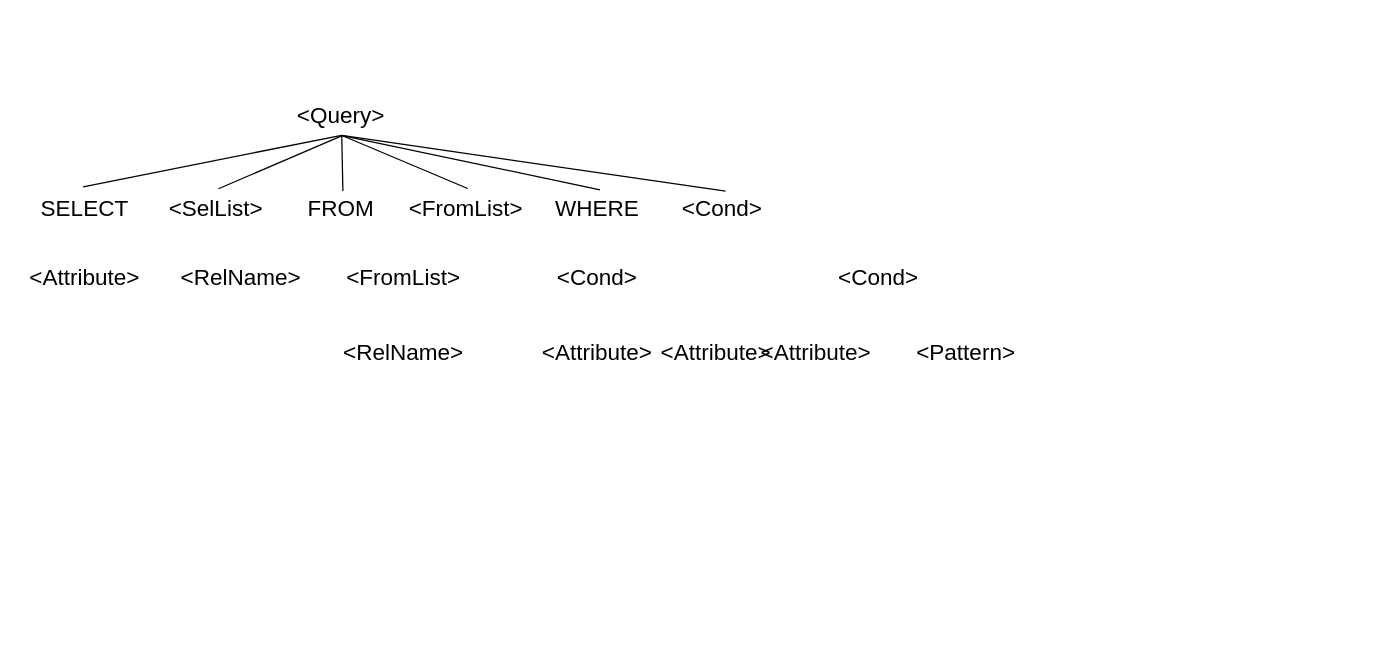
Above: page "query_tree" (2 of 5) of report/images/db.drawio in DeadlyHunter38/bmstu_sem_6_db_course (draw.io), before the change. Source tidied: cells renumbered, new cells numbered last; positions are measured from the earlier drawing's top-left corner, leaving out a move shared by most shapes. Both pictures are drawn from the tidied source at 125%, with x=0, y=0 at pixel (21, 96).
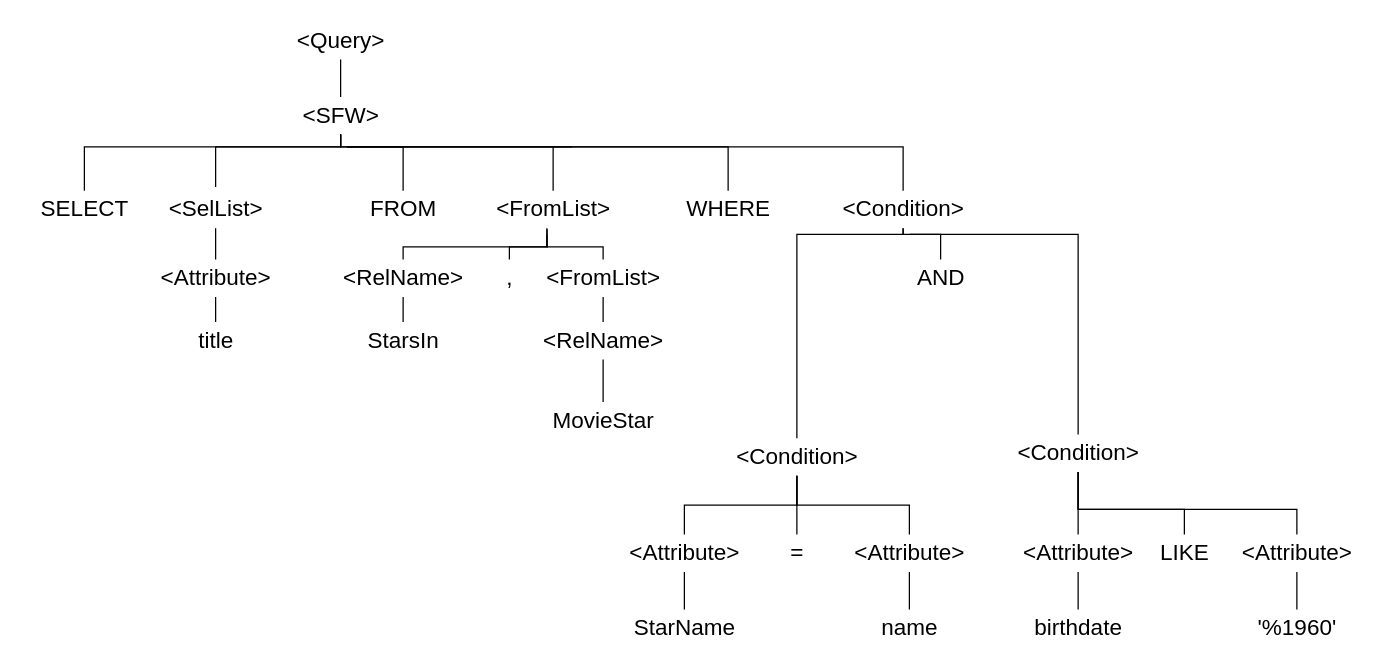
The same diagram, later.

Unchanged cells that the change refers to:
```xml
<mxCell id="6" value="SELECT" style="text;html=1;align=center;verticalAlign=middle;points=[];strokeColor=none;fillColor=none;fontSize=18;" parent="1" vertex="1">
  <mxGeometry x="5" y="75" width="90" height="30" as="geometry" />
</mxCell>
```

The edit, as a diff of the source:
```diff
@@
+    <mxCell id="25" style="edgeStyle=orthogonalEdgeStyle;rounded=0;jettySize=auto;html=1;fontColor=#000000;endArrow=none;endFill=0;" parent="1" edge="1" source="2" target="41">
+      <mxGeometry relative="1" as="geometry" />
+    </mxCell>
+    <mxCell id="26" style="edgeStyle=orthogonalEdgeStyle;rounded=0;jettySize=auto;html=1;fontColor=#000000;endArrow=none;endFill=0;" parent="1" edge="1" source="2" target="7">
+      <mxGeometry relative="1" as="geometry">
+        <Array as="points">
+          <mxPoint x="255" y="40" />
+          <mxPoint x="305" y="40" />
+        </Array>
+      </mxGeometry>
+    </mxCell>
+    <mxCell id="27" style="edgeStyle=orthogonalEdgeStyle;rounded=0;jettySize=auto;html=1;entryX=0.5;entryY=-0.1;entryDx=0;entryDy=0;entryPerimeter=0;fontColor=#000000;endArrow=none;endFill=0;" parent="1" edge="1" source="2" target="3">
+      <mxGeometry relative="1" as="geometry">
+        <Array as="points">
+          <mxPoint x="255" y="40" />
+          <mxPoint x="155" y="40" />
+        </Array>
+      </mxGeometry>
+    </mxCell>
+    <mxCell id="28" style="edgeStyle=orthogonalEdgeStyle;rounded=0;jettySize=auto;html=1;fontColor=#000000;endArrow=none;endFill=0;" parent="1" edge="1" source="2" target="6">
+      <mxGeometry relative="1" as="geometry">
+        <Array as="points">
+          <mxPoint x="255" y="40" />
+          <mxPoint x="50" y="40" />
+        </Array>
+      </mxGeometry>
+    </mxCell>
+    <mxCell id="29" style="edgeStyle=orthogonalEdgeStyle;rounded=0;jettySize=auto;html=1;fontColor=#000000;endArrow=none;endFill=0;" parent="1" edge="1" target="8">
+      <mxGeometry relative="1" as="geometry">
+        <mxPoint x="260" y="40" as="sourcePoint" />
+        <Array as="points">
+          <mxPoint x="440" y="40" />
+          <mxPoint x="570" y="40" />
+        </Array>
+      </mxGeometry>
+    </mxCell>
+    <mxCell id="30" style="edgeStyle=orthogonalEdgeStyle;rounded=0;jettySize=auto;html=1;fontColor=#000000;endArrow=none;endFill=0;" parent="1" edge="1" target="4">
+      <mxGeometry relative="1" as="geometry">
+        <mxPoint x="260" y="40" as="sourcePoint" />
+        <Array as="points">
+          <mxPoint x="440" y="40" />
+          <mxPoint x="420" y="40" />
+        </Array>
+      </mxGeometry>
+    </mxCell>
-    <mxCell id="2" value="&amp;lt;Query&amp;gt;" style="text;html=1;align=center;verticalAlign=middle;points=[];strokeColor=none;fillColor=none;fontSize=18;" parent="1" vertex="1">
-      <mxGeometry x="210" width="90" height="30" as="geometry" />
+    <mxCell id="2" value="&amp;lt;SFW&amp;gt;" style="text;html=1;align=center;verticalAlign=middle;points=[];strokeColor=none;fillColor=none;fontSize=18;" parent="1" vertex="1">
+      <mxGeometry x="215" width="80" height="30" as="geometry" />
     </mxCell>
+    <mxCell id="31" style="edgeStyle=orthogonalEdgeStyle;rounded=0;jettySize=auto;html=1;fontColor=#000000;endArrow=none;endFill=0;" parent="1" edge="1" source="3" target="15">
+      <mxGeometry relative="1" as="geometry" />
+    </mxCell>
-    <mxCell id="3" value="&amp;lt;SelList&amp;gt;" style="text;html=1;align=center;verticalAlign=middle;points=[];strokeColor=none;fillColor=none;fontSize=18;" parent="1" vertex="1">
+    <mxCell id="3" value="&amp;lt;SelList&amp;gt;" style="text;html=1;align=center;verticalAlign=middle;points=[];strokeColor=none;fillColor=none;fontSize=18;fontColor=#000000;" parent="1" vertex="1">
       <mxGeometry x="110" y="75" width="90" height="30" as="geometry" />
     </mxCell>
-    <mxCell id="4" value="&amp;lt;FromList&amp;gt;" style="text;html=1;align=center;verticalAlign=middle;points=[];strokeColor=none;fillColor=none;fontSize=18;" parent="1" vertex="1">
-      <mxGeometry x="300" y="75" width="110" height="30" as="geometry" />
+    <mxCell id="4" value="&amp;lt;FromList&amp;gt;" style="text;html=1;align=center;verticalAlign=middle;points=[];strokeColor=none;fillColor=none;fontSize=18;fontColor=#000000;labelBackgroundColor=default;" parent="1" vertex="1">
+      <mxGeometry x="370" y="75" width="110" height="30" as="geometry" />
     </mxCell>
-    <mxCell id="5" value="&amp;lt;Cond&amp;gt;" style="text;html=1;align=center;verticalAlign=middle;points=[];strokeColor=none;fillColor=none;fontSize=18;" parent="1" vertex="1">
-      <mxGeometry x="520" y="75" width="80" height="30" as="geometry" />
-    </mxCell>
@@
+    <mxCell id="32" style="edgeStyle=orthogonalEdgeStyle;rounded=0;jettySize=auto;html=1;fontColor=#000000;endArrow=none;endFill=0;" parent="1" edge="1" target="20">
+      <mxGeometry relative="1" as="geometry">
+        <mxPoint x="420" y="110" as="sourcePoint" />
+        <Array as="points">
+          <mxPoint x="420" y="120" />
+          <mxPoint x="305" y="120" />
+        </Array>
+      </mxGeometry>
+    </mxCell>
+    <mxCell id="33" style="edgeStyle=orthogonalEdgeStyle;rounded=0;jettySize=auto;html=1;fontColor=#000000;endArrow=none;endFill=0;exitX=0.456;exitY=1.027;exitDx=0;exitDy=0;exitPerimeter=0;" parent="1" edge="1" source="4" target="43">
+      <mxGeometry relative="1" as="geometry">
+        <Array as="points">
+          <mxPoint x="420" y="120" />
+          <mxPoint x="390" y="120" />
+        </Array>
+      </mxGeometry>
+    </mxCell>
+    <mxCell id="34" style="edgeStyle=orthogonalEdgeStyle;rounded=0;jettySize=auto;html=1;fontColor=#000000;endArrow=none;endFill=0;" parent="1" edge="1" source="4" target="17">
+      <mxGeometry relative="1" as="geometry">
+        <Array as="points">
+          <mxPoint x="420" y="120" />
+          <mxPoint x="465" y="120" />
+        </Array>
+      </mxGeometry>
+    </mxCell>
     <mxCell id="7" value="FROM" style="text;html=1;align=center;verticalAlign=middle;points=[];strokeColor=none;fillColor=none;fontSize=18;" parent="1" vertex="1">
-      <mxGeometry x="220" y="75" width="70" height="30" as="geometry" />
+      <mxGeometry x="270" y="75" width="70" height="30" as="geometry" />
     </mxCell>
     <mxCell id="8" value="WHERE" style="text;html=1;align=center;verticalAlign=middle;points=[];strokeColor=none;fillColor=none;fontSize=18;" parent="1" vertex="1">
-      <mxGeometry x="420" y="75" width="80" height="30" as="geometry" />
+      <mxGeometry x="525" y="75" width="80" height="30" as="geometry" />
     </mxCell>
-    <mxCell id="9" style="endArrow=none;html=1;rounded=0;fontSize=18;entryX=0.508;entryY=1.024;entryDx=0;entryDy=0;entryPerimeter=0;exitX=0.489;exitY=-0.1;exitDx=0;exitDy=0;exitPerimeter=0;" parent="1" edge="1" source="6" target="2">
-      <mxGeometry relative="1" as="geometry" />
-    </mxCell>
-    <mxCell id="10" style="endArrow=none;html=1;rounded=0;fontSize=18;entryX=0.514;entryY=1.033;entryDx=0;entryDy=0;entryPerimeter=0;exitX=0.525;exitY=-0.051;exitDx=0;exitDy=0;exitPerimeter=0;" parent="1" edge="1" source="3" target="2">
-      <mxGeometry relative="1" as="geometry" />
-    </mxCell>
-    <mxCell id="11" style="endArrow=none;html=1;rounded=0;fontSize=18;entryX=0.51;entryY=1.019;entryDx=0;entryDy=0;entryPerimeter=0;exitX=0.526;exitY=0.013;exitDx=0;exitDy=0;exitPerimeter=0;" parent="1" edge="1" source="7" target="2">
-      <mxGeometry relative="1" as="geometry" />
-    </mxCell>
-    <mxCell id="12" style="endArrow=none;html=1;rounded=0;fontSize=18;entryX=0.507;entryY=1.023;entryDx=0;entryDy=0;entryPerimeter=0;exitX=0.515;exitY=-0.056;exitDx=0;exitDy=0;exitPerimeter=0;" parent="1" edge="1" source="4" target="2">
-      <mxGeometry relative="1" as="geometry" />
-    </mxCell>
-    <mxCell id="13" style="endArrow=none;html=1;rounded=0;fontSize=18;exitX=0.532;exitY=-0.019;exitDx=0;exitDy=0;exitPerimeter=0;entryX=0.505;entryY=1.024;entryDx=0;entryDy=0;entryPerimeter=0;" parent="1" edge="1" source="8" target="2">
-      <mxGeometry relative="1" as="geometry" />
-    </mxCell>
-    <mxCell id="14" style="endArrow=none;html=1;rounded=0;fontSize=18;exitX=0.537;exitY=0.013;exitDx=0;exitDy=0;exitPerimeter=0;entryX=0.511;entryY=1.028;entryDx=0;entryDy=0;entryPerimeter=0;" parent="1" edge="1" source="5" target="2">
-      <mxGeometry relative="1" as="geometry" />
-    </mxCell>
+    <mxCell id="35" style="edgeStyle=orthogonalEdgeStyle;rounded=0;jettySize=auto;html=1;fontColor=#000000;endArrow=none;endFill=0;" parent="1" edge="1" source="15" target="42">
+      <mxGeometry relative="1" as="geometry" />
+    </mxCell>
     <mxCell id="15" value="&amp;lt;Attribute&amp;gt;" style="text;html=1;align=center;verticalAlign=middle;points=[];strokeColor=none;fillColor=none;fontSize=18;" parent="1" vertex="1">
-      <mxGeometry y="130" width="100" height="30" as="geometry" />
+      <mxGeometry x="105" y="130" width="100" height="30" as="geometry" />
     </mxCell>
+    <mxCell id="36" style="edgeStyle=orthogonalEdgeStyle;rounded=0;jettySize=auto;html=1;fontColor=#000000;endArrow=none;endFill=0;" parent="1" edge="1" source="16" target="67">
+      <mxGeometry relative="1" as="geometry" />
+    </mxCell>
-    <mxCell id="16" value="&amp;lt;RelName&amp;gt;" style="text;html=1;align=center;verticalAlign=middle;points=[];strokeColor=none;fillColor=none;fontSize=18;" parent="1" vertex="1">
-      <mxGeometry x="120" y="130" width="110" height="30" as="geometry" />
+    <mxCell id="16" value="&amp;lt;Attribute&amp;gt;" style="text;html=1;align=center;verticalAlign=middle;points=[];strokeColor=none;fillColor=none;fontSize=18;" parent="1" vertex="1">
+      <mxGeometry x="480" y="350" width="100" height="30" as="geometry" />
     </mxCell>
+    <mxCell id="37" style="edgeStyle=orthogonalEdgeStyle;rounded=0;jettySize=auto;html=1;fontColor=#000000;endArrow=none;endFill=0;" parent="1" edge="1" source="17" target="46">
+      <mxGeometry relative="1" as="geometry" />
+    </mxCell>
-    <mxCell id="17" value="&amp;lt;FromList&amp;gt;" style="text;html=1;align=center;verticalAlign=middle;points=[];strokeColor=none;fillColor=none;fontSize=18;" parent="1" vertex="1">
-      <mxGeometry x="250" y="130" width="110" height="30" as="geometry" />
+    <mxCell id="17" value="&amp;lt;FromList&amp;gt;" style="text;html=1;align=center;verticalAlign=middle;points=[];strokeColor=none;fillColor=none;fontSize=18;labelBackgroundColor=default;fontColor=#000000;" parent="1" vertex="1">
+      <mxGeometry x="410" y="130" width="110" height="30" as="geometry" />
     </mxCell>
-    <mxCell id="18" value="&amp;lt;Cond&amp;gt;" style="text;html=1;align=center;verticalAlign=middle;strokeColor=none;fillColor=none;fontSize=18;" parent="1" vertex="1">
-      <mxGeometry x="420" y="130" width="80" height="30" as="geometry" />
-    </mxCell>
+    <mxCell id="38" style="edgeStyle=orthogonalEdgeStyle;rounded=0;jettySize=auto;html=1;fontColor=#000000;endArrow=none;endFill=0;" parent="1" edge="1" source="19" target="2">
+      <mxGeometry relative="1" as="geometry">
+        <Array as="points">
+          <mxPoint x="705" y="40" />
+          <mxPoint x="255" y="40" />
+        </Array>
+      </mxGeometry>
+    </mxCell>
+    <mxCell id="39" style="edgeStyle=orthogonalEdgeStyle;rounded=0;jettySize=auto;html=1;fontColor=#000000;endArrow=none;endFill=0;" parent="1" edge="1" source="19" target="51">
+      <mxGeometry relative="1" as="geometry">
+        <Array as="points">
+          <mxPoint x="705" y="110" />
+          <mxPoint x="620" y="110" />
+        </Array>
+      </mxGeometry>
+    </mxCell>
-    <mxCell id="19" value="&amp;lt;Cond&amp;gt;" style="text;html=1;align=center;verticalAlign=middle;points=[];strokeColor=none;fillColor=none;fontSize=18;" parent="1" vertex="1">
-      <mxGeometry x="645" y="130" width="80" height="30" as="geometry" />
+    <mxCell id="19" value="&amp;lt;Condition&amp;gt;" style="text;html=1;align=center;verticalAlign=middle;points=[];strokeColor=none;fillColor=none;fontSize=18;labelBackgroundColor=default;fontColor=#000000;" parent="1" vertex="1">
+      <mxGeometry x="650" y="75" width="110" height="30" as="geometry" />
     </mxCell>
+    <mxCell id="40" style="edgeStyle=orthogonalEdgeStyle;rounded=0;jettySize=auto;html=1;fontColor=#000000;endArrow=none;endFill=0;" parent="1" edge="1" source="20" target="44">
+      <mxGeometry relative="1" as="geometry" />
+    </mxCell>
-    <mxCell id="20" value="&amp;lt;RelName&amp;gt;" style="text;html=1;align=center;verticalAlign=middle;points=[];strokeColor=none;fillColor=none;fontSize=18;" parent="1" vertex="1">
-      <mxGeometry x="250" y="190" width="110" height="30" as="geometry" />
+    <mxCell id="20" value="&amp;lt;RelName&amp;gt;" style="text;html=1;align=center;verticalAlign=middle;points=[];strokeColor=none;fillColor=none;fontSize=18;labelBackgroundColor=default;fontColor=#000000;" parent="1" vertex="1">
+      <mxGeometry x="250" y="130" width="110" height="30" as="geometry" />
     </mxCell>
-    <mxCell id="21" value="&amp;lt;Attribute&amp;gt;" style="text;html=1;align=center;verticalAlign=middle;strokeColor=none;fillColor=none;fontSize=18;" parent="1" vertex="1">
-      <mxGeometry x="410" y="190" width="100" height="30" as="geometry" />
-    </mxCell>
-    <mxCell id="22" value="&amp;lt;Attribute&amp;gt;" style="text;html=1;align=center;verticalAlign=middle;strokeColor=none;fillColor=none;fontSize=18;" parent="1" vertex="1">
-      <mxGeometry x="505" y="190" width="100" height="30" as="geometry" />
-    </mxCell>
-    <mxCell id="23" value="&amp;lt;Attribute&amp;gt;" style="text;html=1;align=center;verticalAlign=middle;strokeColor=none;fillColor=none;fontSize=18;" parent="1" vertex="1">
-      <mxGeometry x="585" y="190" width="100" height="30" as="geometry" />
-    </mxCell>
-    <mxCell id="24" value="&amp;lt;Pattern&amp;gt;" style="text;html=1;align=center;verticalAlign=middle;strokeColor=none;fillColor=none;fontSize=18;" parent="1" vertex="1">
-      <mxGeometry x="710" y="190" width="90" height="30" as="geometry" />
-    </mxCell>
+    <mxCell id="41" value="&amp;lt;Query&amp;gt;" style="text;html=1;align=center;verticalAlign=middle;points=[];strokeColor=none;fillColor=none;fontSize=18;" parent="1" vertex="1">
+      <mxGeometry x="210" y="-60" width="90" height="30" as="geometry" />
+    </mxCell>
+    <mxCell id="42" value="title" style="text;html=1;align=center;verticalAlign=middle;points=[];strokeColor=none;fillColor=none;fontSize=18;" parent="1" vertex="1">
+      <mxGeometry x="135" y="180" width="40" height="30" as="geometry" />
+    </mxCell>
+    <mxCell id="43" value="," style="text;html=1;align=center;verticalAlign=middle;points=[];strokeColor=none;fillColor=none;fontSize=18;labelBackgroundColor=default;fontColor=#000000;" parent="1" vertex="1">
+      <mxGeometry x="380" y="130" width="20" height="30" as="geometry" />
+    </mxCell>
+    <mxCell id="44" value="StarsIn" style="text;html=1;align=center;verticalAlign=middle;points=[];strokeColor=none;fillColor=none;fontSize=18;" parent="1" vertex="1">
+      <mxGeometry x="270" y="180" width="70" height="30" as="geometry" />
+    </mxCell>
+    <mxCell id="45" style="edgeStyle=orthogonalEdgeStyle;rounded=0;jettySize=auto;html=1;fontColor=#000000;endArrow=none;endFill=0;" parent="1" edge="1" source="46" target="47">
+      <mxGeometry relative="1" as="geometry" />
+    </mxCell>
+    <mxCell id="46" value="&amp;lt;RelName&amp;gt;" style="text;html=1;align=center;verticalAlign=middle;points=[];strokeColor=none;fillColor=none;fontSize=18;labelBackgroundColor=default;fontColor=#000000;" parent="1" vertex="1">
+      <mxGeometry x="410" y="180" width="110" height="30" as="geometry" />
+    </mxCell>
+    <mxCell id="47" value="MovieStar" style="text;html=1;align=center;verticalAlign=middle;points=[];strokeColor=none;fillColor=none;fontSize=18;" parent="1" vertex="1">
+      <mxGeometry x="415" y="244" width="100" height="30" as="geometry" />
+    </mxCell>
+    <mxCell id="48" style="edgeStyle=orthogonalEdgeStyle;rounded=0;jettySize=auto;html=1;fontColor=#000000;endArrow=none;endFill=0;" parent="1" edge="1" source="51" target="61">
+      <mxGeometry relative="1" as="geometry" />
+    </mxCell>
+    <mxCell id="49" style="edgeStyle=orthogonalEdgeStyle;rounded=0;jettySize=auto;html=1;fontColor=#000000;endArrow=none;endFill=0;" parent="1" edge="1" source="51" target="16">
+      <mxGeometry relative="1" as="geometry" />
+    </mxCell>
+    <mxCell id="50" style="edgeStyle=orthogonalEdgeStyle;rounded=0;jettySize=auto;html=1;fontColor=#000000;endArrow=none;endFill=0;" parent="1" edge="1" source="51" target="60">
+      <mxGeometry relative="1" as="geometry" />
+    </mxCell>
+    <mxCell id="51" value="&amp;lt;Condition&amp;gt;" style="text;html=1;align=center;verticalAlign=middle;points=[];strokeColor=none;fillColor=none;fontSize=18;" parent="1" vertex="1">
+      <mxGeometry x="565" y="273" width="110" height="30" as="geometry" />
+    </mxCell>
+    <mxCell id="52" style="edgeStyle=orthogonalEdgeStyle;rounded=0;jettySize=auto;html=1;fontColor=#000000;endArrow=none;endFill=0;" parent="1" edge="1" source="56" target="19">
+      <mxGeometry relative="1" as="geometry">
+        <Array as="points">
+          <mxPoint x="845" y="110" />
+          <mxPoint x="705" y="110" />
+        </Array>
+      </mxGeometry>
+    </mxCell>
+    <mxCell id="53" style="edgeStyle=orthogonalEdgeStyle;rounded=0;jettySize=auto;html=1;fontColor=#000000;endArrow=none;endFill=0;" parent="1" edge="1" source="56" target="66">
+      <mxGeometry relative="1" as="geometry">
+        <Array as="points">
+          <mxPoint x="845" y="330" />
+          <mxPoint x="930" y="330" />
+        </Array>
+      </mxGeometry>
+    </mxCell>
+    <mxCell id="54" style="edgeStyle=orthogonalEdgeStyle;rounded=0;jettySize=auto;html=1;fontColor=#000000;endArrow=none;endFill=0;" parent="1" edge="1" source="56" target="65">
+      <mxGeometry relative="1" as="geometry">
+        <Array as="points">
+          <mxPoint x="845" y="330" />
+          <mxPoint x="1020" y="330" />
+        </Array>
+      </mxGeometry>
+    </mxCell>
+    <mxCell id="55" style="edgeStyle=orthogonalEdgeStyle;rounded=0;jettySize=auto;html=1;fontColor=#000000;endArrow=none;endFill=0;" parent="1" edge="1" source="56" target="63">
+      <mxGeometry relative="1" as="geometry" />
+    </mxCell>
+    <mxCell id="56" value="&amp;lt;Condition&amp;gt;" style="text;html=1;align=center;verticalAlign=middle;points=[];strokeColor=none;fillColor=none;fontSize=18;" parent="1" vertex="1">
+      <mxGeometry x="790" y="270" width="110" height="30" as="geometry" />
+    </mxCell>
+    <mxCell id="57" style="edgeStyle=orthogonalEdgeStyle;rounded=0;jettySize=auto;html=1;fontColor=#000000;endArrow=none;endFill=0;" parent="1" edge="1" source="58">
+      <mxGeometry relative="1" as="geometry">
+        <mxPoint x="710" y="110" as="targetPoint" />
+      </mxGeometry>
+    </mxCell>
+    <mxCell id="58" value="AND" style="text;html=1;align=center;verticalAlign=middle;points=[];strokeColor=none;fillColor=none;fontSize=18;" parent="1" vertex="1">
+      <mxGeometry x="710" y="130" width="50" height="30" as="geometry" />
+    </mxCell>
+    <mxCell id="59" style="edgeStyle=orthogonalEdgeStyle;rounded=0;jettySize=auto;html=1;fontColor=#000000;endArrow=none;endFill=0;" parent="1" edge="1" source="60" target="68">
+      <mxGeometry relative="1" as="geometry" />
+    </mxCell>
+    <mxCell id="60" value="&amp;lt;Attribute&amp;gt;" style="text;html=1;align=center;verticalAlign=middle;points=[];strokeColor=none;fillColor=none;fontSize=18;" parent="1" vertex="1">
+      <mxGeometry x="660" y="350" width="100" height="30" as="geometry" />
+    </mxCell>
+    <mxCell id="61" value="=" style="text;html=1;align=center;verticalAlign=middle;points=[];strokeColor=none;fillColor=none;fontSize=18;" parent="1" vertex="1">
+      <mxGeometry x="605" y="350" width="30" height="30" as="geometry" />
+    </mxCell>
+    <mxCell id="62" style="edgeStyle=orthogonalEdgeStyle;rounded=0;jettySize=auto;html=1;fontColor=#000000;endArrow=none;endFill=0;" parent="1" edge="1" source="63" target="69">
+      <mxGeometry relative="1" as="geometry" />
+    </mxCell>
+    <mxCell id="63" value="&amp;lt;Attribute&amp;gt;" style="text;html=1;align=center;verticalAlign=middle;points=[];strokeColor=none;fillColor=none;fontSize=18;" parent="1" vertex="1">
+      <mxGeometry x="795" y="350" width="100" height="30" as="geometry" />
+    </mxCell>
+    <mxCell id="64" style="edgeStyle=orthogonalEdgeStyle;rounded=0;jettySize=auto;html=1;fontColor=#000000;endArrow=none;endFill=0;" parent="1" edge="1" source="65" target="70">
+      <mxGeometry relative="1" as="geometry" />
+    </mxCell>
+    <mxCell id="65" value="&amp;lt;Attribute&amp;gt;" style="text;html=1;align=center;verticalAlign=middle;points=[];strokeColor=none;fillColor=none;fontSize=18;" parent="1" vertex="1">
+      <mxGeometry x="970" y="350" width="100" height="30" as="geometry" />
+    </mxCell>
+    <mxCell id="66" value="LIKE" style="text;html=1;align=center;verticalAlign=middle;points=[];strokeColor=none;fillColor=none;fontSize=18;" parent="1" vertex="1">
+      <mxGeometry x="905" y="350" width="50" height="30" as="geometry" />
+    </mxCell>
+    <mxCell id="67" value="StarName" style="text;html=1;align=center;verticalAlign=middle;points=[];strokeColor=none;fillColor=none;fontSize=18;" parent="1" vertex="1">
+      <mxGeometry x="480" y="410" width="100" height="30" as="geometry" />
+    </mxCell>
+    <mxCell id="68" value="name" style="text;html=1;align=center;verticalAlign=middle;points=[];strokeColor=none;fillColor=none;fontSize=18;" parent="1" vertex="1">
+      <mxGeometry x="680" y="410" width="60" height="30" as="geometry" />
+    </mxCell>
+    <mxCell id="69" value="birthdate" style="text;html=1;align=center;verticalAlign=middle;points=[];strokeColor=none;fillColor=none;fontSize=18;" parent="1" vertex="1">
+      <mxGeometry x="800" y="410" width="90" height="30" as="geometry" />
+    </mxCell>
+    <mxCell id="70" value="'%1960'" style="text;html=1;align=center;verticalAlign=middle;points=[];strokeColor=none;fillColor=none;fontSize=18;" parent="1" vertex="1">
+      <mxGeometry x="980" y="410" width="80" height="30" as="geometry" />
+    </mxCell>
```
